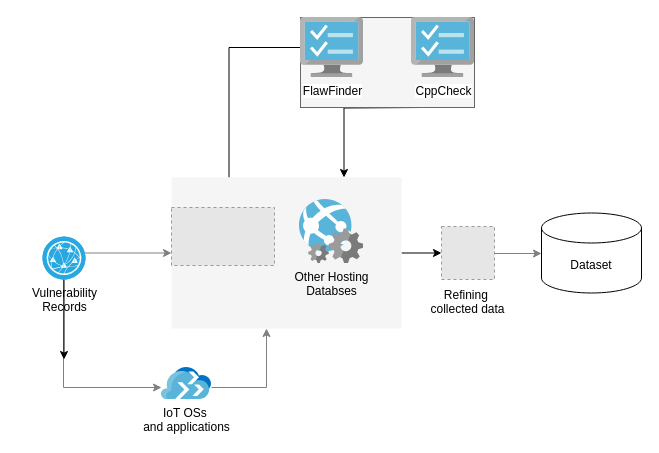
The draw.io diagram figure/framework.drawio in SmartSecLab/IoTvulCode, before the edit. Source tidied: cells renumbered, new cells numbered last; positions are measured from the earlier drawing's top-left corner, leaving out a move shared by most shapes. Both pictures are drawn from the tidied source at 100%, with x=0, y=0 at pixel (42, 17). Pictures stored in the file or linked from it are replaced by grey dashed boxes.
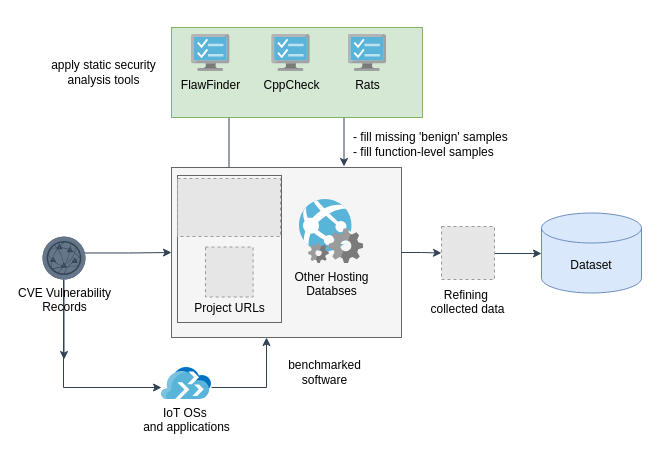
After the change.

Commit message (it also covers changes not shown here):
updated README and updated dataset extraction framework

What changed in the source:
```diff
@@
-<mxGraphModel>
+<mxGraphModel background="#ffffff">
@@
+    <mxCell id="10" style="rounded=0;whiteSpace=wrap;html=1;verticalAlign=top;fontColor=#333333;fillColor=#f5f5f5;strokeColor=#666666;" parent="1" vertex="1">
+      <mxGeometry x="129" y="150" width="230" height="170" as="geometry" />
+    </mxCell>
-    <mxCell id="2" style="edgeStyle=orthogonalEdgeStyle;rounded=0;jettySize=auto;html=1;strokeColor=#808080;exitX=0.465;exitY=0.384;exitDx=0;exitDy=0;exitPerimeter=0;" parent="1" edge="1" source="17" target="10">
+    <mxCell id="2" style="edgeStyle=orthogonalEdgeStyle;rounded=0;jettySize=auto;html=1;exitX=0.465;exitY=0.384;exitDx=0;exitDy=0;exitPerimeter=0;fontColor=#000000;fillColor=#647687;strokeColor=#314354;" parent="1" edge="1" source="17" target="10">
       <mxGeometry relative="1" as="geometry" />
     </mxCell>
-    <mxCell id="3" style="edgeStyle=orthogonalEdgeStyle;rounded=0;jettySize=auto;html=1;strokeColor=#808080;" parent="1" edge="1" target="15">
+    <mxCell id="3" style="edgeStyle=orthogonalEdgeStyle;rounded=0;jettySize=auto;html=1;fontColor=#000000;fillColor=#647687;strokeColor=#314354;" parent="1" edge="1" target="15">
       <mxGeometry relative="1" as="geometry">
         <mxPoint x="21" y="238" as="sourcePoint" />
         <Array as="points">
           <mxPoint x="21" y="370" />
         </Array>
       </mxGeometry>
     </mxCell>
-    <mxCell id="4" style="edgeStyle=elbowEdgeStyle;rounded=0;jettySize=auto;html=1;entryX=-0.016;entryY=0.49;entryDx=0;entryDy=0;entryPerimeter=0;elbow=vertical;strokeColor=#808080;" parent="1" edge="1" source="11" target="12">
-      <mxGeometry relative="1" as="geometry" />
-    </mxCell>
-    <mxCell id="5" style="edgeStyle=orthogonalEdgeStyle;rounded=0;jettySize=auto;html=1;strokeColor=#808080;" parent="1" edge="1" source="15" target="10">
+    <mxCell id="5" style="edgeStyle=orthogonalEdgeStyle;rounded=0;jettySize=auto;html=1;fontColor=#000000;fillColor=#647687;strokeColor=#314354;" parent="1" edge="1" source="15" target="10">
       <mxGeometry relative="1" as="geometry">
         <Array as="points">
           <mxPoint x="224" y="370" />
         </Array>
       </mxGeometry>
     </mxCell>
-    <mxCell id="6" style="edgeStyle=elbowEdgeStyle;rounded=0;jettySize=auto;html=1;elbow=vertical;strokeColor=#808080;" parent="1" edge="1" source="13" target="14">
+    <mxCell id="6" style="edgeStyle=elbowEdgeStyle;rounded=0;jettySize=auto;html=1;elbow=vertical;fontColor=#000000;fillColor=#647687;strokeColor=#314354;" parent="1" edge="1" source="13" target="14">
       <mxGeometry relative="1" as="geometry" />
     </mxCell>
-    <mxCell id="7" style="edgeStyle=orthogonalEdgeStyle;rounded=0;jettySize=auto;html=1;" parent="1" edge="1" source="10" target="13">
+    <mxCell id="7" style="edgeStyle=orthogonalEdgeStyle;rounded=0;jettySize=auto;html=1;fontColor=#000000;fillColor=#647687;strokeColor=#314354;" parent="1" edge="1" source="10" target="13">
       <mxGeometry relative="1" as="geometry" />
     </mxCell>
-    <mxCell id="8" style="edgeStyle=orthogonalEdgeStyle;rounded=0;jettySize=auto;html=1;exitX=0.25;exitY=0;exitDx=0;exitDy=0;" parent="1" edge="1" source="10" target="19">
+    <mxCell id="8" style="edgeStyle=orthogonalEdgeStyle;rounded=0;jettySize=auto;html=1;exitX=0.25;exitY=0;exitDx=0;exitDy=0;fontColor=#000000;fillColor=#647687;strokeColor=#314354;" parent="1" edge="1" source="10" target="19">
       <mxGeometry relative="1" as="geometry">
         <Array as="points">
           <mxPoint x="187" y="30" />
           <mxPoint x="259" y="30" />
         </Array>
       </mxGeometry>
     </mxCell>
-    <mxCell id="9" style="rounded=0;jettySize=auto;html=1;edgeStyle=orthogonalEdgeStyle;endArrow=classic;endFill=1;entryX=0.75;entryY=0;entryDx=0;entryDy=0;" parent="1" edge="1" target="10">
+    <mxCell id="9" style="rounded=0;orthogonalLoop=1;jettySize=auto;html=1;edgeStyle=orthogonalEdgeStyle;endArrow=classic;endFill=1;entryX=0.75;entryY=0;entryDx=0;entryDy=0;fontColor=#000000;fillColor=#647687;strokeColor=#314354;" parent="1" edge="1">
       <mxGeometry relative="1" as="geometry">
-        <mxPoint x="379" y="90" as="sourcePoint" />
+        <mxPoint x="309" y="59" as="sourcePoint" />
+        <mxPoint x="301.5" y="149" as="targetPoint" />
+        <Array as="points">
+          <mxPoint x="309" y="99" />
+          <mxPoint x="302" y="99" />
+        </Array>
       </mxGeometry>
     </mxCell>
-    <mxCell id="10" style="rounded=0;whiteSpace=wrap;html=1;fillColor=#f5f5f5;strokeColor=none;fontColor=#333333;verticalAlign=top;" parent="1" vertex="1">
-      <mxGeometry x="129" y="160" width="230" height="151" as="geometry" />
-    </mxCell>
-    <mxCell id="11" style="fillColor=#E6E6E6;strokeColor=#999999;dashed=1;verticalLabelPosition=bottom;labelBackgroundColor=none;verticalAlign=top;" parent="1" vertex="1">
-      <mxGeometry x="129" y="190" width="103" height="58" as="geometry" />
-    </mxCell>
-    <mxCell id="12" value="Other Hosting&lt;br&gt;Databses" style="html=1;perimeter=none;align=center;shadow=0;dashed=0;image;fontSize=12;image=img/lib/mscae/WebApp_WebJobs.svg;labelBackgroundColor=none;" parent="1" vertex="1">
+    <mxCell id="12" value="Other Hosting&lt;br&gt;Databses" style="html=1;perimeter=none;align=center;shadow=0;dashed=0;image;fontSize=12;image=img/lib/mscae/WebApp_WebJobs.svg;labelBackgroundColor=none;fontColor=#000000;fillColor=#647687;strokeColor=#314354;" parent="1" vertex="1">
       <mxGeometry x="257" y="182" width="64" height="64" as="geometry" />
     </mxCell>
-    <mxCell id="13" value="Refining &#10;collected data" style="fillColor=#E6E6E6;strokeColor=#999999;dashed=1;verticalLabelPosition=bottom;labelBackgroundColor=#ffffff;verticalAlign=top;spacingTop=2;" parent="1" vertex="1">
+    <mxCell id="13" value="Refining &#10;collected data" style="fillColor=#E6E6E6;strokeColor=#999999;dashed=1;verticalLabelPosition=bottom;labelBackgroundColor=#ffffff;verticalAlign=top;spacingTop=2;fontColor=#000000;" parent="1" vertex="1">
       <mxGeometry x="399" y="209" width="53" height="53" as="geometry" />
     </mxCell>
-    <mxCell id="14" value="Dataset" style="shape=cylinder3;whiteSpace=wrap;html=1;boundedLbl=1;backgroundOutline=1;size=15;" parent="1" vertex="1">
+    <mxCell id="14" value="Dataset" style="shape=cylinder3;whiteSpace=wrap;html=1;boundedLbl=1;backgroundOutline=1;size=15;fillColor=#dae8fc;strokeColor=#6c8ebf;" parent="1" vertex="1">
       <mxGeometry x="499" y="195.5" width="100" height="80" as="geometry" />
     </mxCell>
-    <mxCell id="15" value="IoT OSs&amp;nbsp;&lt;br&gt;and applications" style="html=1;points=[];align=center;image;fontSize=12;image=img/lib/mscae/Migration_Projects.svg;" parent="1" vertex="1">
+    <mxCell id="15" value="IoT OSs&amp;nbsp;&lt;br&gt;and applications" style="html=1;points=[];align=center;image;fontSize=12;image=img/lib/mscae/Migration_Projects.svg;fontColor=#000000;fillColor=#647687;strokeColor=#314354;labelBackgroundColor=#FFFFFF;" parent="1" vertex="1">
       <mxGeometry x="119" y="350" width="50" height="32" as="geometry" />
     </mxCell>
-    <mxCell id="16" style="edgeStyle=orthogonalEdgeStyle;rounded=0;jettySize=auto;html=1;" parent="1" edge="1" source="17">
+    <mxCell id="16" style="edgeStyle=orthogonalEdgeStyle;rounded=0;jettySize=auto;html=1;fontColor=#000000;fillColor=#647687;strokeColor=#314354;" parent="1" edge="1" source="17">
       <mxGeometry relative="1" as="geometry">
         <mxPoint x="21.5" y="342" as="targetPoint" />
       </mxGeometry>
     </mxCell>
-    <mxCell id="17" value="Vulnerability &lt;br&gt;Records" style="fillColor=#28A8E0;verticalLabelPosition=bottom;html=1;strokeColor=#ffffff;verticalAlign=top;align=center;points=[[0.145,0.145,0],[0.5,0,0],[0.855,0.145,0],[1,0.5,0],[0.855,0.855,0],[0.5,1,0],[0.145,0.855,0],[0,0.5,0]];shape=mxgraph.cisco_safe.compositeIcon;bgIcon=ellipse;resIcon=mxgraph.cisco_safe.capability.vulnerability_management;" parent="1" vertex="1">
+    <mxCell id="17" value="CVE Vulnerability &lt;br&gt;Records" style="verticalLabelPosition=bottom;html=1;verticalAlign=top;align=center;points=[[0.145,0.145,0],[0.5,0,0],[0.855,0.145,0],[1,0.5,0],[0.855,0.855,0],[0.5,1,0],[0.145,0.855,0],[0,0.5,0]];shape=mxgraph.cisco_safe.compositeIcon;bgIcon=ellipse;resIcon=mxgraph.cisco_safe.capability.vulnerability_management;fontColor=#000000;fillColor=#647687;strokeColor=#314354;" parent="1" vertex="1">
       <mxGeometry y="219" width="43" height="43" as="geometry" />
     </mxCell>
-    <mxCell id="18" style="group;fillColor=#f5f5f5;strokeColor=#666666;fontColor=#333333;" parent="1" vertex="1">
-      <mxGeometry x="258" width="174" height="90" as="geometry" />
+    <mxCell id="18" style="group;fillColor=#d5e8d4;strokeColor=#82b366;" parent="1" vertex="1">
+      <mxGeometry x="129" y="10" width="251" height="90" as="geometry" />
     </mxCell>
-    <mxCell id="19" value="FlawFinder" style="html=1;perimeter=none;align=center;shadow=0;dashed=0;image;fontSize=12;image=img/lib/mscae/TaskVM.svg;" parent="18" vertex="1">
-      <mxGeometry width="63" height="60" as="geometry" />
+    <mxCell id="19" value="FlawFinder" style="html=1;perimeter=none;align=center;shadow=0;dashed=0;image;fontSize=12;image=img/lib/mscae/TaskVM.svg;fillColor=#647687;strokeColor=#314354;labelBackgroundColor=none;" parent="18" vertex="1">
+      <mxGeometry x="20" y="7" width="38.6" height="36.8" as="geometry" />
     </mxCell>
-    <mxCell id="20" value="CppCheck" style="html=1;perimeter=none;align=center;shadow=0;dashed=0;image;fontSize=12;image=img/lib/mscae/TaskVM.svg;" parent="18" vertex="1">
-      <mxGeometry x="111" width="63" height="60" as="geometry" />
+    <mxCell id="20" value="CppCheck" style="html=1;perimeter=none;align=center;shadow=0;dashed=0;image;fontSize=12;image=img/lib/mscae/TaskVM.svg;fillColor=#647687;strokeColor=#314354;labelBackgroundColor=none;" parent="18" vertex="1">
+      <mxGeometry x="100.2" y="7" width="38.6" height="36.8" as="geometry" />
     </mxCell>
+    <mxCell id="21" value="Rats" style="html=1;perimeter=none;align=center;shadow=0;dashed=0;image;fontSize=12;image=img/lib/mscae/TaskVM.svg;fillColor=#647687;strokeColor=#314354;labelBackgroundColor=none;" parent="18" vertex="1">
+      <mxGeometry x="176.5" y="7" width="38.6" height="36.8" as="geometry" />
+    </mxCell>
+    <mxCell id="22" value="- fill missing 'benign' samples&lt;br&gt;- fill function-level samples" style="text;html=1;align=left;verticalAlign=middle;fontColor=#000000;fillColor=none;strokeColor=none;" parent="1" vertex="1">
+      <mxGeometry x="309" y="107" width="180" height="40" as="geometry" />
+    </mxCell>
+    <mxCell id="23" style="group;fontColor=#333333;fillColor=#f5f5f5;strokeColor=#666666;" parent="1" vertex="1">
+      <mxGeometry x="135" y="158" width="104" height="147" as="geometry" />
+    </mxCell>
+    <mxCell id="24" style="group;" parent="23" vertex="1">
+      <mxGeometry x="6.6" y="71.5" width="90.9" height="76.5" as="geometry" />
+    </mxCell>
+    <mxCell id="25" value="Project URLs" style="text;html=1;align=center;verticalAlign=middle;" parent="24" vertex="1">
+      <mxGeometry y="46.5" width="90" height="30" as="geometry" />
+    </mxCell>
+    <mxCell id="26" style="fillColor=#E6E6E6;strokeColor=#999999;dashed=1;verticalLabelPosition=bottom;labelBackgroundColor=default;verticalAlign=top;fontColor=#000000;" parent="24" vertex="1">
+      <mxGeometry x="21.4" width="47.6" height="50" as="geometry" />
+    </mxCell>
+    <mxCell id="27" style="fillColor=#E6E6E6;strokeColor=#999999;dashed=1;verticalLabelPosition=bottom;labelBackgroundColor=none;verticalAlign=top;fontColor=default;" parent="23" vertex="1">
+      <mxGeometry y="3" width="103" height="58" as="geometry" />
+    </mxCell>
+    <mxCell id="28" value="benchmarked &lt;br&gt;software" style="text;html=1;align=center;verticalAlign=middle;fontColor=#000000;fillColor=none;strokeColor=none;labelBackgroundColor=none;" parent="1" vertex="1">
+      <mxGeometry x="232" y="335" width="100" height="40" as="geometry" />
+    </mxCell>
+    <mxCell id="29" value="apply static security &lt;br&gt;analysis tools" style="text;align=center;verticalAlign=middle;fontColor=#000000;fillColor=none;strokeColor=none;html=1;" parent="1" vertex="1">
+      <mxGeometry x="-4" y="35" width="130" height="40" as="geometry" />
+    </mxCell>
```
